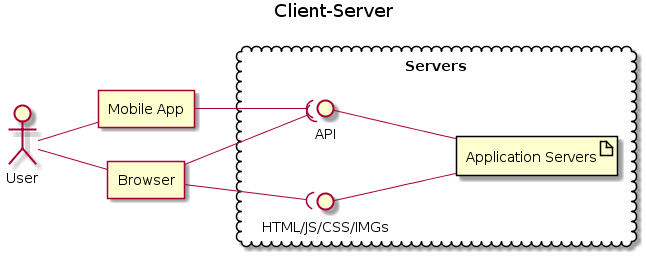
Before: images/client-server.png, a diagram exported from PlantUML (pisinr/iwa-techmap-slides).
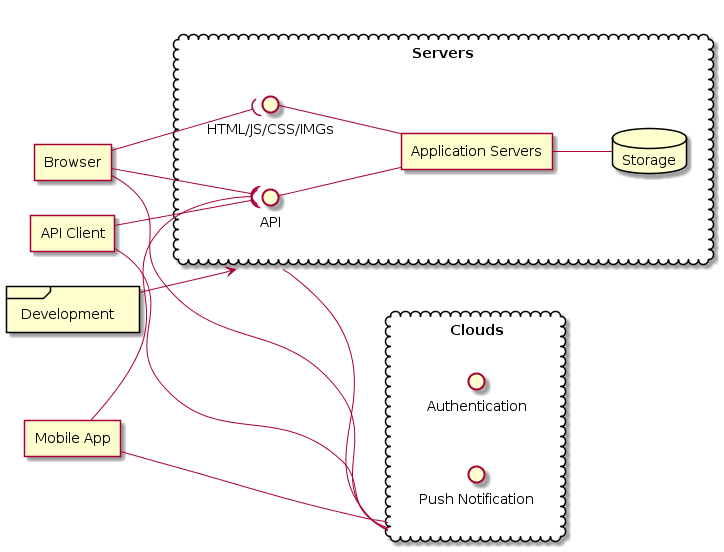
After the change.

Commit message:
Finish Browser section

The edit, as a diff of the source:
```diff
@@ -1,26 +1,41 @@
 @startuml
-title Client-Server
 left to right direction
 
-actor :User: as User
 agent "Mobile App" as MobileApp
 agent "Browser" as Browser
+agent "API Client" as APIClient
 
-cloud "Servers" {
+cloud "Servers" as Servers {
   interface "API" as DataApi
   interface "HTML/JS/CSS/IMGs" as HTML
-  artifact "Application Servers" as AppServer
+  agent "Application Servers" as AppServer
+  database "Storage" as Storage
 }
 
-User -- MobileApp
-User -- Browser
+cloud "Clouds" as Clouds {
+  interface "Authentication" as CloudAuth
+  interface "Push Notification" as CloudPush
+}
+
+frame "Development" as Development
+
+Development --> Servers
 
 MobileApp --( DataApi
+MobileApp -- Clouds
+
 Browser --( DataApi
 Browser --( HTML
+Browser -- Clouds
+
+APIClient --( DataApi
+APIClient -- Clouds
 
 DataApi -- AppServer
 HTML -- AppServer
 
+Servers -- Clouds
+AppServer -- Storage
+
 
 @enduml
```
